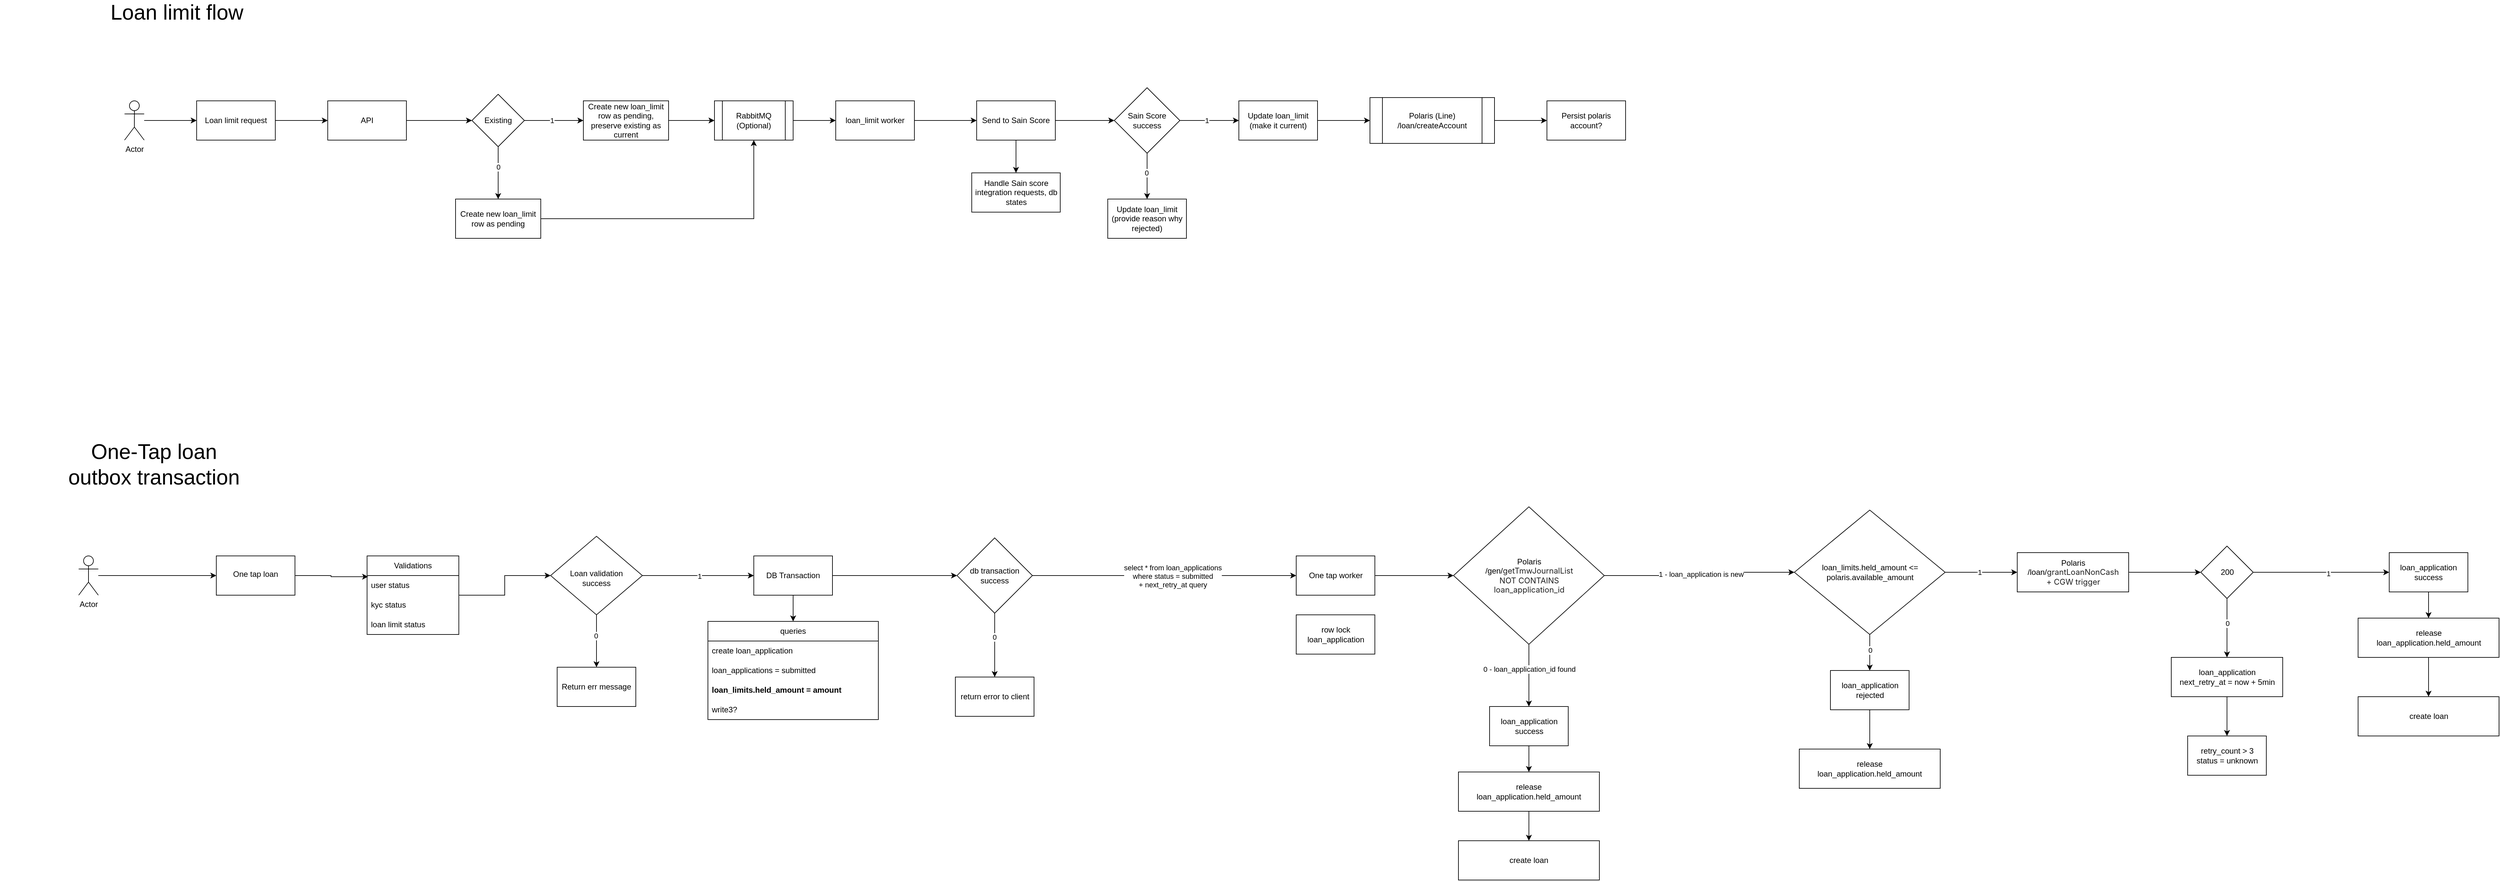
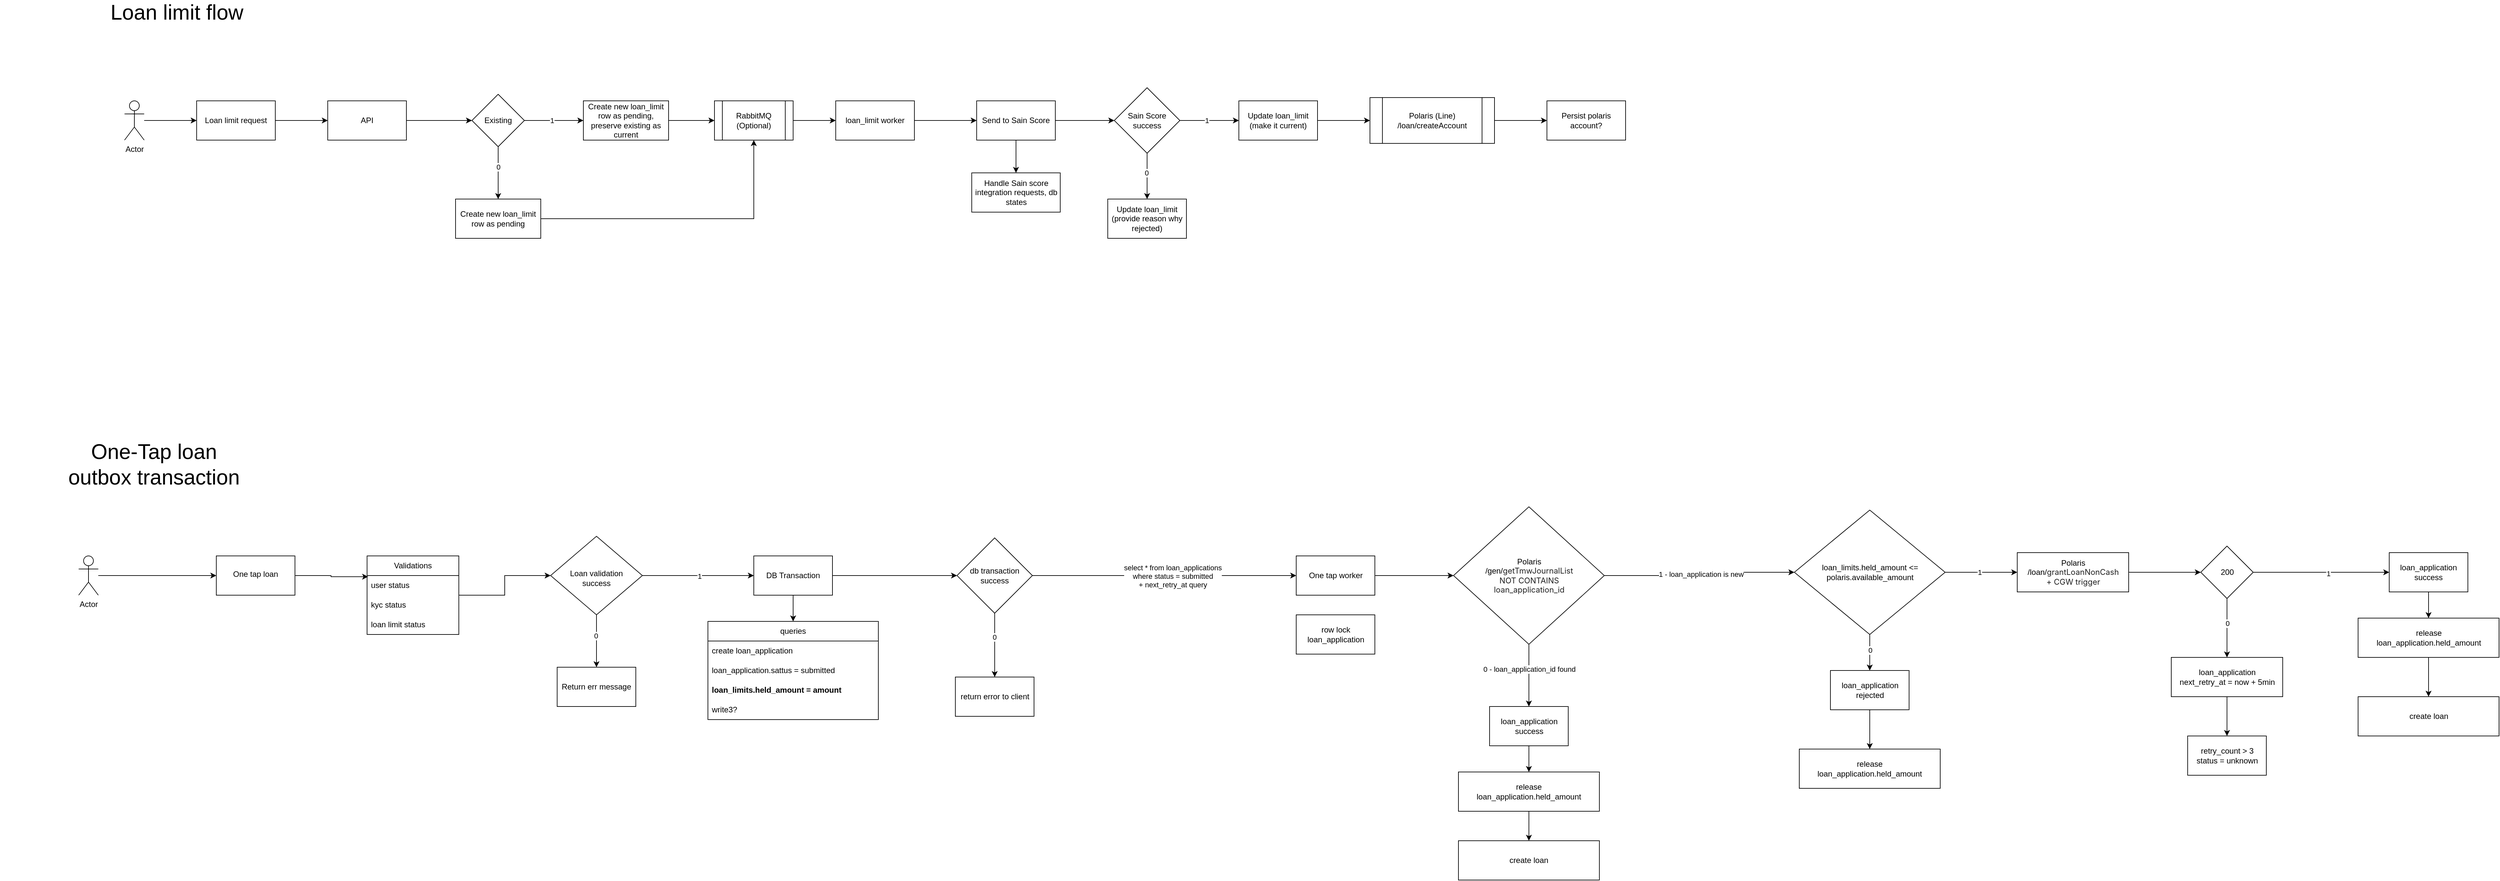
<mxfile host="app.diagrams.net">
  <diagram name="Page-1" id="VCBSuIh8bz7kurrQ0Zaz">
    <mxGraphModel dx="2338" dy="870" grid="1" gridSize="10" guides="1" tooltips="1" connect="1" arrows="1" fold="1" page="1" pageScale="1" pageWidth="850" pageHeight="1100" math="0" shadow="0">
      <root>
        <mxCell id="0" />
        <mxCell id="1" parent="0" />
        <mxCell id="KqixbsF9o6dLofBvsG9t-5" edge="1" parent="1" source="KqixbsF9o6dLofBvsG9t-1" style="edgeStyle=orthogonalEdgeStyle;rounded=0;orthogonalLoop=1;jettySize=auto;html=1;" target="KqixbsF9o6dLofBvsG9t-4" value="">
          <mxGeometry relative="1" as="geometry" />
        </mxCell>
        <mxCell id="KqixbsF9o6dLofBvsG9t-1" parent="1" style="rounded=0;whiteSpace=wrap;html=1;" value="Loan limit request" vertex="1">
          <mxGeometry height="60" width="120" x="150" y="210" as="geometry" />
        </mxCell>
        <mxCell id="KqixbsF9o6dLofBvsG9t-3" edge="1" parent="1" source="KqixbsF9o6dLofBvsG9t-2" style="edgeStyle=orthogonalEdgeStyle;rounded=0;orthogonalLoop=1;jettySize=auto;html=1;" target="KqixbsF9o6dLofBvsG9t-1" value="">
          <mxGeometry relative="1" as="geometry" />
        </mxCell>
        <mxCell id="KqixbsF9o6dLofBvsG9t-2" parent="1" style="shape=umlActor;verticalLabelPosition=bottom;verticalAlign=top;html=1;outlineConnect=0;" value="Actor" vertex="1">
          <mxGeometry height="60" width="30" x="40" y="210" as="geometry" />
        </mxCell>
        <mxCell id="KqixbsF9o6dLofBvsG9t-9" edge="1" parent="1" source="KqixbsF9o6dLofBvsG9t-4" style="edgeStyle=orthogonalEdgeStyle;rounded=0;orthogonalLoop=1;jettySize=auto;html=1;" target="KqixbsF9o6dLofBvsG9t-8" value="">
          <mxGeometry relative="1" as="geometry" />
        </mxCell>
        <mxCell id="KqixbsF9o6dLofBvsG9t-4" parent="1" style="rounded=0;whiteSpace=wrap;html=1;" value="API" vertex="1">
          <mxGeometry height="60" width="120" x="350" y="210" as="geometry" />
        </mxCell>
        <mxCell id="KqixbsF9o6dLofBvsG9t-11" edge="1" parent="1" source="KqixbsF9o6dLofBvsG9t-8" style="edgeStyle=orthogonalEdgeStyle;rounded=0;orthogonalLoop=1;jettySize=auto;html=1;" target="KqixbsF9o6dLofBvsG9t-10" value="">
          <mxGeometry relative="1" as="geometry" />
        </mxCell>
        <mxCell id="KqixbsF9o6dLofBvsG9t-12" connectable="0" parent="KqixbsF9o6dLofBvsG9t-11" style="edgeLabel;html=1;align=center;verticalAlign=middle;resizable=0;points=[];" value="1" vertex="1">
          <mxGeometry relative="1" x="-0.079" as="geometry">
            <mxPoint as="offset" />
          </mxGeometry>
        </mxCell>
        <mxCell id="KqixbsF9o6dLofBvsG9t-14" edge="1" parent="1" source="KqixbsF9o6dLofBvsG9t-8" style="edgeStyle=orthogonalEdgeStyle;rounded=0;orthogonalLoop=1;jettySize=auto;html=1;" target="KqixbsF9o6dLofBvsG9t-13" value="">
          <mxGeometry relative="1" as="geometry" />
        </mxCell>
        <mxCell id="KqixbsF9o6dLofBvsG9t-15" connectable="0" parent="KqixbsF9o6dLofBvsG9t-14" style="edgeLabel;html=1;align=center;verticalAlign=middle;resizable=0;points=[];" value="0" vertex="1">
          <mxGeometry relative="1" x="-0.2407" as="geometry">
            <mxPoint as="offset" />
          </mxGeometry>
        </mxCell>
        <mxCell id="KqixbsF9o6dLofBvsG9t-8" parent="1" style="rhombus;whiteSpace=wrap;html=1;rounded=0;" value="Existing" vertex="1">
          <mxGeometry height="80" width="80" x="570" y="200" as="geometry" />
        </mxCell>
        <mxCell id="KqixbsF9o6dLofBvsG9t-23" edge="1" parent="1" source="KqixbsF9o6dLofBvsG9t-10" style="edgeStyle=orthogonalEdgeStyle;rounded=0;orthogonalLoop=1;jettySize=auto;html=1;" target="KqixbsF9o6dLofBvsG9t-22" value="">
          <mxGeometry relative="1" as="geometry" />
        </mxCell>
        <mxCell id="KqixbsF9o6dLofBvsG9t-10" parent="1" style="whiteSpace=wrap;html=1;rounded=0;" value="Create new loan_limit row as pending, preserve existing as current" vertex="1">
          <mxGeometry height="60" width="130" x="740" y="210" as="geometry" />
        </mxCell>
        <mxCell id="KqixbsF9o6dLofBvsG9t-26" edge="1" parent="1" source="KqixbsF9o6dLofBvsG9t-13" style="edgeStyle=orthogonalEdgeStyle;rounded=0;orthogonalLoop=1;jettySize=auto;html=1;entryX=0.5;entryY=1;entryDx=0;entryDy=0;" target="KqixbsF9o6dLofBvsG9t-22">
          <mxGeometry relative="1" as="geometry" />
        </mxCell>
        <mxCell id="KqixbsF9o6dLofBvsG9t-13" parent="1" style="whiteSpace=wrap;html=1;rounded=0;" value="Create new loan_limit row as pending" vertex="1">
          <mxGeometry height="60" width="130" x="545" y="360" as="geometry" />
        </mxCell>
        <mxCell id="KqixbsF9o6dLofBvsG9t-25" edge="1" parent="1" source="KqixbsF9o6dLofBvsG9t-22" style="edgeStyle=orthogonalEdgeStyle;rounded=0;orthogonalLoop=1;jettySize=auto;html=1;" target="KqixbsF9o6dLofBvsG9t-24" value="">
          <mxGeometry relative="1" as="geometry" />
        </mxCell>
        <mxCell id="KqixbsF9o6dLofBvsG9t-22" parent="1" style="shape=process;whiteSpace=wrap;html=1;backgroundOutline=1;rounded=0;" value="RabbitMQ (Optional)" vertex="1">
          <mxGeometry height="60" width="120" x="940" y="210" as="geometry" />
        </mxCell>
        <mxCell id="KqixbsF9o6dLofBvsG9t-28" edge="1" parent="1" source="KqixbsF9o6dLofBvsG9t-24" style="edgeStyle=orthogonalEdgeStyle;rounded=0;orthogonalLoop=1;jettySize=auto;html=1;" target="KqixbsF9o6dLofBvsG9t-27" value="">
          <mxGeometry relative="1" as="geometry" />
        </mxCell>
        <mxCell id="KqixbsF9o6dLofBvsG9t-24" parent="1" style="whiteSpace=wrap;html=1;rounded=0;" value="loan_limit worker" vertex="1">
          <mxGeometry height="60" width="120" x="1125" y="210" as="geometry" />
        </mxCell>
        <mxCell id="KqixbsF9o6dLofBvsG9t-30" edge="1" parent="1" source="KqixbsF9o6dLofBvsG9t-27" style="edgeStyle=orthogonalEdgeStyle;rounded=0;orthogonalLoop=1;jettySize=auto;html=1;" target="KqixbsF9o6dLofBvsG9t-29" value="">
          <mxGeometry relative="1" as="geometry" />
        </mxCell>
        <mxCell id="KqixbsF9o6dLofBvsG9t-38" edge="1" parent="1" source="KqixbsF9o6dLofBvsG9t-27" style="edgeStyle=orthogonalEdgeStyle;rounded=0;orthogonalLoop=1;jettySize=auto;html=1;" target="KqixbsF9o6dLofBvsG9t-37" value="">
          <mxGeometry relative="1" as="geometry" />
        </mxCell>
        <mxCell id="KqixbsF9o6dLofBvsG9t-27" parent="1" style="whiteSpace=wrap;html=1;rounded=0;" value="Send to Sain Score" vertex="1">
          <mxGeometry height="60" width="120" x="1340" y="210" as="geometry" />
        </mxCell>
        <mxCell id="KqixbsF9o6dLofBvsG9t-32" edge="1" parent="1" source="KqixbsF9o6dLofBvsG9t-29" style="edgeStyle=orthogonalEdgeStyle;rounded=0;orthogonalLoop=1;jettySize=auto;html=1;" target="KqixbsF9o6dLofBvsG9t-31" value="">
          <mxGeometry relative="1" as="geometry" />
        </mxCell>
        <mxCell id="KqixbsF9o6dLofBvsG9t-33" connectable="0" parent="KqixbsF9o6dLofBvsG9t-32" style="edgeLabel;html=1;align=center;verticalAlign=middle;resizable=0;points=[];" value="1" vertex="1">
          <mxGeometry relative="1" x="-0.1048" as="geometry">
            <mxPoint as="offset" />
          </mxGeometry>
        </mxCell>
        <mxCell id="KqixbsF9o6dLofBvsG9t-35" edge="1" parent="1" source="KqixbsF9o6dLofBvsG9t-29" style="edgeStyle=orthogonalEdgeStyle;rounded=0;orthogonalLoop=1;jettySize=auto;html=1;" target="KqixbsF9o6dLofBvsG9t-34" value="">
          <mxGeometry relative="1" as="geometry" />
        </mxCell>
        <mxCell id="KqixbsF9o6dLofBvsG9t-36" connectable="0" parent="KqixbsF9o6dLofBvsG9t-35" style="edgeLabel;html=1;align=center;verticalAlign=middle;resizable=0;points=[];" value="0" vertex="1">
          <mxGeometry relative="1" x="-0.1429" y="-1" as="geometry">
            <mxPoint as="offset" />
          </mxGeometry>
        </mxCell>
        <mxCell id="KqixbsF9o6dLofBvsG9t-29" parent="1" style="rhombus;whiteSpace=wrap;html=1;rounded=0;" value="Sain Score success" vertex="1">
          <mxGeometry height="100" width="100" x="1550" y="190" as="geometry" />
        </mxCell>
        <mxCell id="KqixbsF9o6dLofBvsG9t-66" edge="1" parent="1" source="KqixbsF9o6dLofBvsG9t-31" style="edgeStyle=orthogonalEdgeStyle;rounded=0;orthogonalLoop=1;jettySize=auto;html=1;" target="KqixbsF9o6dLofBvsG9t-65" value="">
          <mxGeometry relative="1" as="geometry" />
        </mxCell>
        <mxCell id="KqixbsF9o6dLofBvsG9t-31" parent="1" style="whiteSpace=wrap;html=1;rounded=0;" value="Update loan_limit (make it current)" vertex="1">
          <mxGeometry height="60" width="120" x="1740" y="210" as="geometry" />
        </mxCell>
        <mxCell id="KqixbsF9o6dLofBvsG9t-34" parent="1" style="whiteSpace=wrap;html=1;rounded=0;" value="Update loan_limit&lt;br&gt;(provide reason why rejected)" vertex="1">
          <mxGeometry height="60" width="120" x="1540" y="360" as="geometry" />
        </mxCell>
        <mxCell id="KqixbsF9o6dLofBvsG9t-37" parent="1" style="whiteSpace=wrap;html=1;rounded=0;" value="Handle Sain score integration requests, db states" vertex="1">
          <mxGeometry height="60" width="135" x="1332.5" y="320" as="geometry" />
        </mxCell>
        <mxCell id="KqixbsF9o6dLofBvsG9t-40" parent="1" style="text;html=1;whiteSpace=wrap;strokeColor=none;fillColor=none;align=center;verticalAlign=middle;rounded=0;fontSize=32;" value="Loan limit flow" vertex="1">
          <mxGeometry height="30" width="260" x="-10" y="60" as="geometry" />
        </mxCell>
        <mxCell id="KqixbsF9o6dLofBvsG9t-74" edge="1" parent="1" source="KqixbsF9o6dLofBvsG9t-65" style="edgeStyle=orthogonalEdgeStyle;rounded=0;orthogonalLoop=1;jettySize=auto;html=1;" target="KqixbsF9o6dLofBvsG9t-73" value="">
          <mxGeometry relative="1" as="geometry" />
        </mxCell>
        <mxCell id="KqixbsF9o6dLofBvsG9t-65" parent="1" style="shape=process;whiteSpace=wrap;html=1;backgroundOutline=1;rounded=0;" value="Polaris (Line)&lt;br&gt;/loan/createAccount" vertex="1">
          <mxGeometry height="70" width="190" x="1940" y="205" as="geometry" />
        </mxCell>
        <mxCell id="KqixbsF9o6dLofBvsG9t-73" parent="1" style="whiteSpace=wrap;html=1;rounded=0;" value="Persist polaris account?" vertex="1">
          <mxGeometry height="60" width="120" x="2210" y="210" as="geometry" />
        </mxCell>
        <mxCell id="U8Ajh8Gpa-m2DNKNFQys-1" parent="1" style="text;html=1;whiteSpace=wrap;strokeColor=none;fillColor=none;align=center;verticalAlign=middle;rounded=0;fontSize=32;" value="One-Tap loan&lt;br&gt;outbox transaction" vertex="1">
          <mxGeometry height="30" width="470" x="-150" y="750" as="geometry" />
        </mxCell>
        <mxCell id="In8fDh9ZLN2M87an2Miy-1" edge="1" parent="1" source="In8fDh9ZLN2M87an2Miy-2" style="edgeStyle=orthogonalEdgeStyle;rounded=0;orthogonalLoop=1;jettySize=auto;html=1;" target="In8fDh9ZLN2M87an2Miy-4" value="">
          <mxGeometry relative="1" as="geometry" />
        </mxCell>
        <mxCell id="In8fDh9ZLN2M87an2Miy-2" parent="1" style="shape=umlActor;verticalLabelPosition=bottom;verticalAlign=top;html=1;outlineConnect=0;" value="Actor" vertex="1">
          <mxGeometry height="60" width="30" x="-30" y="905" as="geometry" />
        </mxCell>
        <mxCell id="In8fDh9ZLN2M87an2Miy-3" edge="1" parent="1" source="In8fDh9ZLN2M87an2Miy-4" style="edgeStyle=orthogonalEdgeStyle;rounded=0;orthogonalLoop=1;jettySize=auto;html=1;entryX=0.011;entryY=0.06;entryDx=0;entryDy=0;entryPerimeter=0;" target="In8fDh9ZLN2M87an2Miy-28" value="">
          <mxGeometry relative="1" as="geometry">
            <mxPoint x="390" y="935" as="targetPoint" />
          </mxGeometry>
        </mxCell>
        <mxCell id="In8fDh9ZLN2M87an2Miy-4" parent="1" style="whiteSpace=wrap;html=1;verticalAlign=top;" value="&lt;div&gt;&lt;br&gt;&lt;/div&gt;&lt;div&gt;One tap loan&lt;/div&gt;" vertex="1">
          <mxGeometry height="60" width="120" x="180" y="905" as="geometry" />
        </mxCell>
        <mxCell id="In8fDh9ZLN2M87an2Miy-5" edge="1" parent="1" source="In8fDh9ZLN2M87an2Miy-9" style="edgeStyle=orthogonalEdgeStyle;rounded=0;orthogonalLoop=1;jettySize=auto;html=1;" target="In8fDh9ZLN2M87an2Miy-12" value="">
          <mxGeometry relative="1" as="geometry" />
        </mxCell>
        <mxCell id="In8fDh9ZLN2M87an2Miy-6" connectable="0" parent="In8fDh9ZLN2M87an2Miy-5" style="edgeLabel;html=1;align=center;verticalAlign=middle;resizable=0;points=[];" value="1" vertex="1">
          <mxGeometry relative="1" x="0.0162" y="-1" as="geometry">
            <mxPoint as="offset" />
          </mxGeometry>
        </mxCell>
        <mxCell id="In8fDh9ZLN2M87an2Miy-7" edge="1" parent="1" source="In8fDh9ZLN2M87an2Miy-9" style="edgeStyle=orthogonalEdgeStyle;rounded=0;orthogonalLoop=1;jettySize=auto;html=1;" target="In8fDh9ZLN2M87an2Miy-13" value="">
          <mxGeometry relative="1" as="geometry" />
        </mxCell>
        <mxCell id="In8fDh9ZLN2M87an2Miy-8" connectable="0" parent="In8fDh9ZLN2M87an2Miy-7" style="edgeLabel;html=1;align=center;verticalAlign=middle;resizable=0;points=[];" value="0" vertex="1">
          <mxGeometry relative="1" x="-0.2091" y="-1" as="geometry">
            <mxPoint as="offset" />
          </mxGeometry>
        </mxCell>
        <mxCell id="In8fDh9ZLN2M87an2Miy-9" parent="1" style="rhombus;whiteSpace=wrap;html=1;verticalAlign=top;" value="&lt;br&gt;&lt;br&gt;&lt;div&gt;&lt;br&gt;&lt;/div&gt;&lt;div&gt;Loan validation&lt;br&gt;success&lt;/div&gt;" vertex="1">
          <mxGeometry height="120" width="140" x="690" y="875" as="geometry" />
        </mxCell>
        <mxCell id="In8fDh9ZLN2M87an2Miy-10" edge="1" parent="1" source="In8fDh9ZLN2M87an2Miy-12" style="edgeStyle=orthogonalEdgeStyle;rounded=0;orthogonalLoop=1;jettySize=auto;html=1;entryX=0.5;entryY=0;entryDx=0;entryDy=0;" target="In8fDh9ZLN2M87an2Miy-14">
          <mxGeometry relative="1" as="geometry" />
        </mxCell>
        <mxCell id="In8fDh9ZLN2M87an2Miy-54" edge="1" parent="1" source="In8fDh9ZLN2M87an2Miy-98" style="edgeStyle=orthogonalEdgeStyle;rounded=0;orthogonalLoop=1;jettySize=auto;html=1;exitX=1;exitY=0.5;exitDx=0;exitDy=0;" target="In8fDh9ZLN2M87an2Miy-53" value="">
          <mxGeometry relative="1" as="geometry">
            <mxPoint x="1370" y="935" as="sourcePoint" />
          </mxGeometry>
        </mxCell>
        <mxCell id="In8fDh9ZLN2M87an2Miy-55" connectable="0" parent="In8fDh9ZLN2M87an2Miy-54" style="edgeLabel;html=1;align=center;verticalAlign=middle;resizable=0;points=[];" value="select * from loan_applications&lt;br&gt;where status = submitted&lt;br&gt;+ next_retry_at query" vertex="1">
          <mxGeometry relative="1" x="0.0637" y="-1" as="geometry">
            <mxPoint as="offset" />
          </mxGeometry>
        </mxCell>
        <mxCell id="In8fDh9ZLN2M87an2Miy-99" edge="1" parent="1" source="In8fDh9ZLN2M87an2Miy-12" style="edgeStyle=orthogonalEdgeStyle;rounded=0;orthogonalLoop=1;jettySize=auto;html=1;" target="In8fDh9ZLN2M87an2Miy-98" value="">
          <mxGeometry relative="1" as="geometry" />
        </mxCell>
        <mxCell id="In8fDh9ZLN2M87an2Miy-12" parent="1" style="whiteSpace=wrap;html=1;verticalAlign=middle;" value="DB Transaction" vertex="1">
          <mxGeometry height="60" width="120" x="1000" y="905" as="geometry" />
        </mxCell>
        <mxCell id="In8fDh9ZLN2M87an2Miy-13" parent="1" style="whiteSpace=wrap;html=1;verticalAlign=middle;" value="Return err message" vertex="1">
          <mxGeometry height="60" width="120" x="700" y="1075" as="geometry" />
        </mxCell>
        <mxCell id="In8fDh9ZLN2M87an2Miy-14" parent="1" style="swimlane;fontStyle=0;childLayout=stackLayout;horizontal=1;startSize=30;horizontalStack=0;resizeParent=1;resizeParentMax=0;resizeLast=0;collapsible=1;marginBottom=0;whiteSpace=wrap;html=1;" value="queries" vertex="1">
          <mxGeometry height="150" width="260" x="930" y="1005" as="geometry" />
        </mxCell>
        <mxCell id="In8fDh9ZLN2M87an2Miy-15" parent="In8fDh9ZLN2M87an2Miy-14" style="text;strokeColor=none;fillColor=none;align=left;verticalAlign=middle;spacingLeft=4;spacingRight=4;overflow=hidden;points=[[0,0.5],[1,0.5]];portConstraint=eastwest;rotatable=0;whiteSpace=wrap;html=1;" value="create loan_application" vertex="1">
          <mxGeometry height="30" width="260" y="30" as="geometry" />
        </mxCell>
-         <mxCell id="In8fDh9ZLN2M87an2Miy-104" parent="In8fDh9ZLN2M87an2Miy-14" style="text;strokeColor=none;fillColor=none;align=left;verticalAlign=middle;spacingLeft=4;spacingRight=4;overflow=hidden;points=[[0,0.5],[1,0.5]];portConstraint=eastwest;rotatable=0;whiteSpace=wrap;html=1;" value="loan_applications = submitted" vertex="1">
+         <mxCell id="In8fDh9ZLN2M87an2Miy-104" parent="In8fDh9ZLN2M87an2Miy-14" style="text;strokeColor=none;fillColor=none;align=left;verticalAlign=middle;spacingLeft=4;spacingRight=4;overflow=hidden;points=[[0,0.5],[1,0.5]];portConstraint=eastwest;rotatable=0;whiteSpace=wrap;html=1;" value="loan_application.sattus = submitted" vertex="1">
          <mxGeometry height="30" width="260" y="60" as="geometry" />
        </mxCell>
        <mxCell id="In8fDh9ZLN2M87an2Miy-16" parent="In8fDh9ZLN2M87an2Miy-14" style="text;strokeColor=none;fillColor=none;align=left;verticalAlign=middle;spacingLeft=4;spacingRight=4;overflow=hidden;points=[[0,0.5],[1,0.5]];portConstraint=eastwest;rotatable=0;whiteSpace=wrap;html=1;fontStyle=1" value="loan_limits.held_amount = amount" vertex="1">
          <mxGeometry height="30" width="260" y="90" as="geometry" />
        </mxCell>
        <mxCell id="In8fDh9ZLN2M87an2Miy-17" parent="In8fDh9ZLN2M87an2Miy-14" style="text;strokeColor=none;fillColor=none;align=left;verticalAlign=middle;spacingLeft=4;spacingRight=4;overflow=hidden;points=[[0,0.5],[1,0.5]];portConstraint=eastwest;rotatable=0;whiteSpace=wrap;html=1;" value="write3?" vertex="1">
          <mxGeometry height="30" width="260" y="120" as="geometry" />
        </mxCell>
        <mxCell id="In8fDh9ZLN2M87an2Miy-32" edge="1" parent="1" source="In8fDh9ZLN2M87an2Miy-27" style="edgeStyle=orthogonalEdgeStyle;rounded=0;orthogonalLoop=1;jettySize=auto;html=1;entryX=0;entryY=0.5;entryDx=0;entryDy=0;" target="In8fDh9ZLN2M87an2Miy-9">
          <mxGeometry relative="1" as="geometry" />
        </mxCell>
        <mxCell id="In8fDh9ZLN2M87an2Miy-27" parent="1" style="swimlane;fontStyle=0;childLayout=stackLayout;horizontal=1;startSize=30;horizontalStack=0;resizeParent=1;resizeParentMax=0;resizeLast=0;collapsible=1;marginBottom=0;whiteSpace=wrap;html=1;" value="Validations" vertex="1">
          <mxGeometry height="120" width="140" x="410" y="905" as="geometry" />
        </mxCell>
        <mxCell id="In8fDh9ZLN2M87an2Miy-28" parent="In8fDh9ZLN2M87an2Miy-27" style="text;strokeColor=none;fillColor=none;align=left;verticalAlign=middle;spacingLeft=4;spacingRight=4;overflow=hidden;points=[[0,0.5],[1,0.5]];portConstraint=eastwest;rotatable=0;whiteSpace=wrap;html=1;" value="user status" vertex="1">
          <mxGeometry height="30" width="140" y="30" as="geometry" />
        </mxCell>
        <mxCell id="In8fDh9ZLN2M87an2Miy-29" parent="In8fDh9ZLN2M87an2Miy-27" style="text;strokeColor=none;fillColor=none;align=left;verticalAlign=middle;spacingLeft=4;spacingRight=4;overflow=hidden;points=[[0,0.5],[1,0.5]];portConstraint=eastwest;rotatable=0;whiteSpace=wrap;html=1;" value="kyc status" vertex="1">
          <mxGeometry height="30" width="140" y="60" as="geometry" />
        </mxCell>
        <mxCell id="In8fDh9ZLN2M87an2Miy-33" parent="In8fDh9ZLN2M87an2Miy-27" style="text;strokeColor=none;fillColor=none;align=left;verticalAlign=middle;spacingLeft=4;spacingRight=4;overflow=hidden;points=[[0,0.5],[1,0.5]];portConstraint=eastwest;rotatable=0;whiteSpace=wrap;html=1;" value="loan limit status" vertex="1">
          <mxGeometry height="30" width="140" y="90" as="geometry" />
        </mxCell>
        <mxCell id="In8fDh9ZLN2M87an2Miy-70" edge="1" parent="1" source="In8fDh9ZLN2M87an2Miy-53" style="edgeStyle=orthogonalEdgeStyle;rounded=0;orthogonalLoop=1;jettySize=auto;html=1;entryX=0;entryY=0.5;entryDx=0;entryDy=0;" target="In8fDh9ZLN2M87an2Miy-69">
          <mxGeometry relative="1" as="geometry" />
        </mxCell>
        <mxCell id="In8fDh9ZLN2M87an2Miy-53" parent="1" style="whiteSpace=wrap;html=1;" value="One tap worker" vertex="1">
          <mxGeometry height="60" width="120" x="1827.5" y="905" as="geometry" />
        </mxCell>
        <mxCell id="In8fDh9ZLN2M87an2Miy-67" edge="1" parent="1" source="In8fDh9ZLN2M87an2Miy-58" style="edgeStyle=orthogonalEdgeStyle;rounded=0;orthogonalLoop=1;jettySize=auto;html=1;entryX=0;entryY=0.5;entryDx=0;entryDy=0;" target="In8fDh9ZLN2M87an2Miy-66" value="">
          <mxGeometry relative="1" as="geometry">
            <mxPoint x="3222.5" y="930" as="targetPoint" />
          </mxGeometry>
        </mxCell>
        <mxCell id="In8fDh9ZLN2M87an2Miy-58" parent="1" style="whiteSpace=wrap;html=1;" value="Polaris /loan/&lt;span style=&quot;color: rgb(33, 33, 33); font-family: Inter, system-ui, -apple-system, &amp;quot;system-ui&amp;quot;, &amp;quot;Segoe UI&amp;quot;, Roboto, Oxygen, Ubuntu, Cantarell, &amp;quot;Fira Sans&amp;quot;, &amp;quot;Droid Sans&amp;quot;, Helvetica, Arial, sans-serif; text-align: left; white-space: pre-wrap; background-color: rgb(255, 255, 255);&quot;&gt;grantLoanNonCash&lt;br/&gt;+ CGW trigger&lt;/span&gt;" vertex="1">
          <mxGeometry height="60" width="170" x="2927.5" y="900" as="geometry" />
        </mxCell>
        <mxCell id="In8fDh9ZLN2M87an2Miy-62" edge="1" parent="1" source="In8fDh9ZLN2M87an2Miy-59" style="edgeStyle=orthogonalEdgeStyle;rounded=0;orthogonalLoop=1;jettySize=auto;html=1;" target="In8fDh9ZLN2M87an2Miy-61" value="">
          <mxGeometry relative="1" as="geometry" />
        </mxCell>
        <mxCell id="In8fDh9ZLN2M87an2Miy-91" connectable="0" parent="In8fDh9ZLN2M87an2Miy-62" style="edgeLabel;html=1;align=center;verticalAlign=middle;resizable=0;points=[];" value="0" vertex="1">
          <mxGeometry relative="1" x="-0.1431" as="geometry">
            <mxPoint as="offset" />
          </mxGeometry>
        </mxCell>
        <mxCell id="In8fDh9ZLN2M87an2Miy-65" edge="1" parent="1" source="In8fDh9ZLN2M87an2Miy-59" style="edgeStyle=orthogonalEdgeStyle;rounded=0;orthogonalLoop=1;jettySize=auto;html=1;" target="In8fDh9ZLN2M87an2Miy-58">
          <mxGeometry relative="1" as="geometry" />
        </mxCell>
        <mxCell id="In8fDh9ZLN2M87an2Miy-90" connectable="0" parent="In8fDh9ZLN2M87an2Miy-65" style="edgeLabel;html=1;align=center;verticalAlign=middle;resizable=0;points=[];" value="1" vertex="1">
          <mxGeometry relative="1" x="-0.0451" as="geometry">
            <mxPoint as="offset" />
          </mxGeometry>
        </mxCell>
        <mxCell id="In8fDh9ZLN2M87an2Miy-59" parent="1" style="rhombus;whiteSpace=wrap;html=1;" value="loan_limits.held_amount &amp;lt;= polaris.available_amount" vertex="1">
          <mxGeometry height="190" width="230" x="2587.5" y="835" as="geometry" />
        </mxCell>
        <mxCell id="In8fDh9ZLN2M87an2Miy-64" edge="1" parent="1" source="In8fDh9ZLN2M87an2Miy-61" style="edgeStyle=orthogonalEdgeStyle;rounded=0;orthogonalLoop=1;jettySize=auto;html=1;" target="In8fDh9ZLN2M87an2Miy-63" value="">
          <mxGeometry relative="1" as="geometry" />
        </mxCell>
        <mxCell id="In8fDh9ZLN2M87an2Miy-61" parent="1" style="whiteSpace=wrap;html=1;" value="loan_application&lt;br&gt;rejected" vertex="1">
          <mxGeometry height="60" width="120" x="2642.5" y="1080" as="geometry" />
        </mxCell>
        <mxCell id="In8fDh9ZLN2M87an2Miy-63" parent="1" style="whiteSpace=wrap;html=1;" value="release &lt;br&gt;loan_application.held_amount" vertex="1">
          <mxGeometry height="60" width="215" x="2595" y="1200" as="geometry" />
        </mxCell>
        <mxCell id="In8fDh9ZLN2M87an2Miy-81" edge="1" parent="1" source="In8fDh9ZLN2M87an2Miy-66" style="edgeStyle=orthogonalEdgeStyle;rounded=0;orthogonalLoop=1;jettySize=auto;html=1;entryX=0;entryY=0.5;entryDx=0;entryDy=0;" target="In8fDh9ZLN2M87an2Miy-79">
          <mxGeometry relative="1" as="geometry" />
        </mxCell>
        <mxCell id="In8fDh9ZLN2M87an2Miy-92" connectable="0" parent="In8fDh9ZLN2M87an2Miy-81" style="edgeLabel;html=1;align=center;verticalAlign=middle;resizable=0;points=[];" value="1" vertex="1">
          <mxGeometry relative="1" x="0.1055" y="-2" as="geometry">
            <mxPoint as="offset" />
          </mxGeometry>
        </mxCell>
        <mxCell id="In8fDh9ZLN2M87an2Miy-83" edge="1" parent="1" source="In8fDh9ZLN2M87an2Miy-66" style="edgeStyle=orthogonalEdgeStyle;rounded=0;orthogonalLoop=1;jettySize=auto;html=1;" target="In8fDh9ZLN2M87an2Miy-82" value="">
          <mxGeometry relative="1" as="geometry" />
        </mxCell>
        <mxCell id="In8fDh9ZLN2M87an2Miy-93" connectable="0" parent="In8fDh9ZLN2M87an2Miy-83" style="edgeLabel;html=1;align=center;verticalAlign=middle;resizable=0;points=[];" value="0" vertex="1">
          <mxGeometry relative="1" x="-0.1623" as="geometry">
            <mxPoint as="offset" />
          </mxGeometry>
        </mxCell>
        <mxCell id="In8fDh9ZLN2M87an2Miy-66" parent="1" style="rhombus;whiteSpace=wrap;html=1;" value="200" vertex="1">
          <mxGeometry height="80" width="80" x="3207.5" y="890" as="geometry" />
        </mxCell>
        <mxCell id="In8fDh9ZLN2M87an2Miy-68" parent="1" style="whiteSpace=wrap;html=1;" value="row lock&lt;br&gt;loan_application" vertex="1">
          <mxGeometry height="60" width="120" x="1827.5" y="995" as="geometry" />
        </mxCell>
        <mxCell id="In8fDh9ZLN2M87an2Miy-71" edge="1" parent="1" source="In8fDh9ZLN2M87an2Miy-69" style="edgeStyle=orthogonalEdgeStyle;rounded=0;orthogonalLoop=1;jettySize=auto;html=1;entryX=0;entryY=0.5;entryDx=0;entryDy=0;" target="In8fDh9ZLN2M87an2Miy-59">
          <mxGeometry relative="1" as="geometry" />
        </mxCell>
        <mxCell id="In8fDh9ZLN2M87an2Miy-77" connectable="0" parent="In8fDh9ZLN2M87an2Miy-71" style="edgeLabel;html=1;align=center;verticalAlign=middle;resizable=0;points=[];" value="1 - loan_application is new" vertex="1">
          <mxGeometry relative="1" x="0.0312" y="-3" as="geometry">
            <mxPoint as="offset" />
          </mxGeometry>
        </mxCell>
        <mxCell id="In8fDh9ZLN2M87an2Miy-73" edge="1" parent="1" source="In8fDh9ZLN2M87an2Miy-69" style="edgeStyle=orthogonalEdgeStyle;rounded=0;orthogonalLoop=1;jettySize=auto;html=1;" target="In8fDh9ZLN2M87an2Miy-72" value="">
          <mxGeometry relative="1" as="geometry" />
        </mxCell>
        <mxCell id="In8fDh9ZLN2M87an2Miy-74" connectable="0" parent="In8fDh9ZLN2M87an2Miy-73" style="edgeLabel;html=1;align=center;verticalAlign=middle;resizable=0;points=[];" value="0 - loan_application_id found" vertex="1">
          <mxGeometry relative="1" x="-0.1975" as="geometry">
            <mxPoint as="offset" />
          </mxGeometry>
        </mxCell>
        <mxCell id="In8fDh9ZLN2M87an2Miy-69" parent="1" style="rhombus;whiteSpace=wrap;html=1;" value="Polaris&lt;br&gt;/gen/&lt;span style=&quot;white-space: pre-wrap; color: rgb(33, 33, 33); font-family: Inter, system-ui, -apple-system, &amp;quot;system-ui&amp;quot;, &amp;quot;Segoe UI&amp;quot;, Roboto, Oxygen, Ubuntu, Cantarell, &amp;quot;Fira Sans&amp;quot;, &amp;quot;Droid Sans&amp;quot;, Helvetica, Arial, sans-serif; text-align: left; background-color: rgb(255, 255, 255);&quot;&gt;getTmwJournalList&lt;br&gt;NOT CONTAINS&lt;br&gt;loan_application_id&lt;/span&gt;" vertex="1">
          <mxGeometry height="210" width="230" x="2067.5" y="830" as="geometry" />
        </mxCell>
        <mxCell id="In8fDh9ZLN2M87an2Miy-76" edge="1" parent="1" source="In8fDh9ZLN2M87an2Miy-72" style="edgeStyle=orthogonalEdgeStyle;rounded=0;orthogonalLoop=1;jettySize=auto;html=1;" target="In8fDh9ZLN2M87an2Miy-75" value="">
          <mxGeometry relative="1" as="geometry" />
        </mxCell>
        <mxCell id="In8fDh9ZLN2M87an2Miy-72" parent="1" style="whiteSpace=wrap;html=1;" value="loan_application&lt;br&gt;success" vertex="1">
          <mxGeometry height="60" width="120" x="2122.5" y="1135" as="geometry" />
        </mxCell>
        <mxCell id="In8fDh9ZLN2M87an2Miy-85" edge="1" parent="1" source="In8fDh9ZLN2M87an2Miy-75" style="edgeStyle=orthogonalEdgeStyle;rounded=0;orthogonalLoop=1;jettySize=auto;html=1;" target="In8fDh9ZLN2M87an2Miy-84" value="">
          <mxGeometry relative="1" as="geometry" />
        </mxCell>
        <mxCell id="In8fDh9ZLN2M87an2Miy-75" parent="1" style="whiteSpace=wrap;html=1;" value="release &lt;br&gt;loan_application.held_amount" vertex="1">
          <mxGeometry height="60" width="215" x="2075" y="1235" as="geometry" />
        </mxCell>
        <mxCell id="In8fDh9ZLN2M87an2Miy-78" edge="1" parent="1" source="In8fDh9ZLN2M87an2Miy-79" style="edgeStyle=orthogonalEdgeStyle;rounded=0;orthogonalLoop=1;jettySize=auto;html=1;" target="In8fDh9ZLN2M87an2Miy-80" value="">
          <mxGeometry relative="1" as="geometry" />
        </mxCell>
        <mxCell id="In8fDh9ZLN2M87an2Miy-79" parent="1" style="whiteSpace=wrap;html=1;" value="loan_application&lt;br&gt;success" vertex="1">
          <mxGeometry height="60" width="120" x="3495" y="900" as="geometry" />
        </mxCell>
        <mxCell id="In8fDh9ZLN2M87an2Miy-89" edge="1" parent="1" source="In8fDh9ZLN2M87an2Miy-80" style="edgeStyle=orthogonalEdgeStyle;rounded=0;orthogonalLoop=1;jettySize=auto;html=1;" target="In8fDh9ZLN2M87an2Miy-88" value="">
          <mxGeometry relative="1" as="geometry" />
        </mxCell>
        <mxCell id="In8fDh9ZLN2M87an2Miy-80" parent="1" style="whiteSpace=wrap;html=1;" value="release &lt;br&gt;loan_application.held_amount" vertex="1">
          <mxGeometry height="60" width="215" x="3447.5" y="1000" as="geometry" />
        </mxCell>
        <mxCell id="In8fDh9ZLN2M87an2Miy-95" edge="1" parent="1" source="In8fDh9ZLN2M87an2Miy-82" style="edgeStyle=orthogonalEdgeStyle;rounded=0;orthogonalLoop=1;jettySize=auto;html=1;" target="In8fDh9ZLN2M87an2Miy-94" value="">
          <mxGeometry relative="1" as="geometry" />
        </mxCell>
        <mxCell id="In8fDh9ZLN2M87an2Miy-82" parent="1" style="whiteSpace=wrap;html=1;" value="loan_application&lt;br&gt;next_retry_at = now + 5min" vertex="1">
          <mxGeometry height="60" width="170" x="3162.5" y="1060" as="geometry" />
        </mxCell>
        <mxCell id="In8fDh9ZLN2M87an2Miy-84" parent="1" style="whiteSpace=wrap;html=1;" value="create loan" vertex="1">
          <mxGeometry height="60" width="215" x="2075" y="1340" as="geometry" />
        </mxCell>
        <mxCell id="In8fDh9ZLN2M87an2Miy-88" parent="1" style="whiteSpace=wrap;html=1;" value="create loan" vertex="1">
          <mxGeometry height="60" width="215" x="3447.5" y="1120" as="geometry" />
        </mxCell>
        <mxCell id="In8fDh9ZLN2M87an2Miy-94" parent="1" style="whiteSpace=wrap;html=1;" value="retry_count &amp;gt; 3&lt;br&gt;status = unknown" vertex="1">
          <mxGeometry height="60" width="120" x="3187.5" y="1180" as="geometry" />
        </mxCell>
        <mxCell id="In8fDh9ZLN2M87an2Miy-101" edge="1" parent="1" source="In8fDh9ZLN2M87an2Miy-98" style="edgeStyle=orthogonalEdgeStyle;rounded=0;orthogonalLoop=1;jettySize=auto;html=1;" target="In8fDh9ZLN2M87an2Miy-100" value="">
          <mxGeometry relative="1" as="geometry" />
        </mxCell>
        <mxCell id="In8fDh9ZLN2M87an2Miy-103" connectable="0" parent="In8fDh9ZLN2M87an2Miy-101" style="edgeLabel;html=1;align=center;verticalAlign=middle;resizable=0;points=[];" value="0" vertex="1">
          <mxGeometry relative="1" x="-0.2536" y="-1" as="geometry">
            <mxPoint as="offset" />
          </mxGeometry>
        </mxCell>
        <mxCell id="In8fDh9ZLN2M87an2Miy-98" parent="1" style="rhombus;whiteSpace=wrap;html=1;" value="db transaction success" vertex="1">
          <mxGeometry height="115" width="115" x="1310" y="877.5" as="geometry" />
        </mxCell>
        <mxCell id="In8fDh9ZLN2M87an2Miy-100" parent="1" style="whiteSpace=wrap;html=1;" value="return error to client" vertex="1">
          <mxGeometry height="60" width="120" x="1307.5" y="1090" as="geometry" />
        </mxCell>
      </root>
    </mxGraphModel>
  </diagram>
</mxfile>
